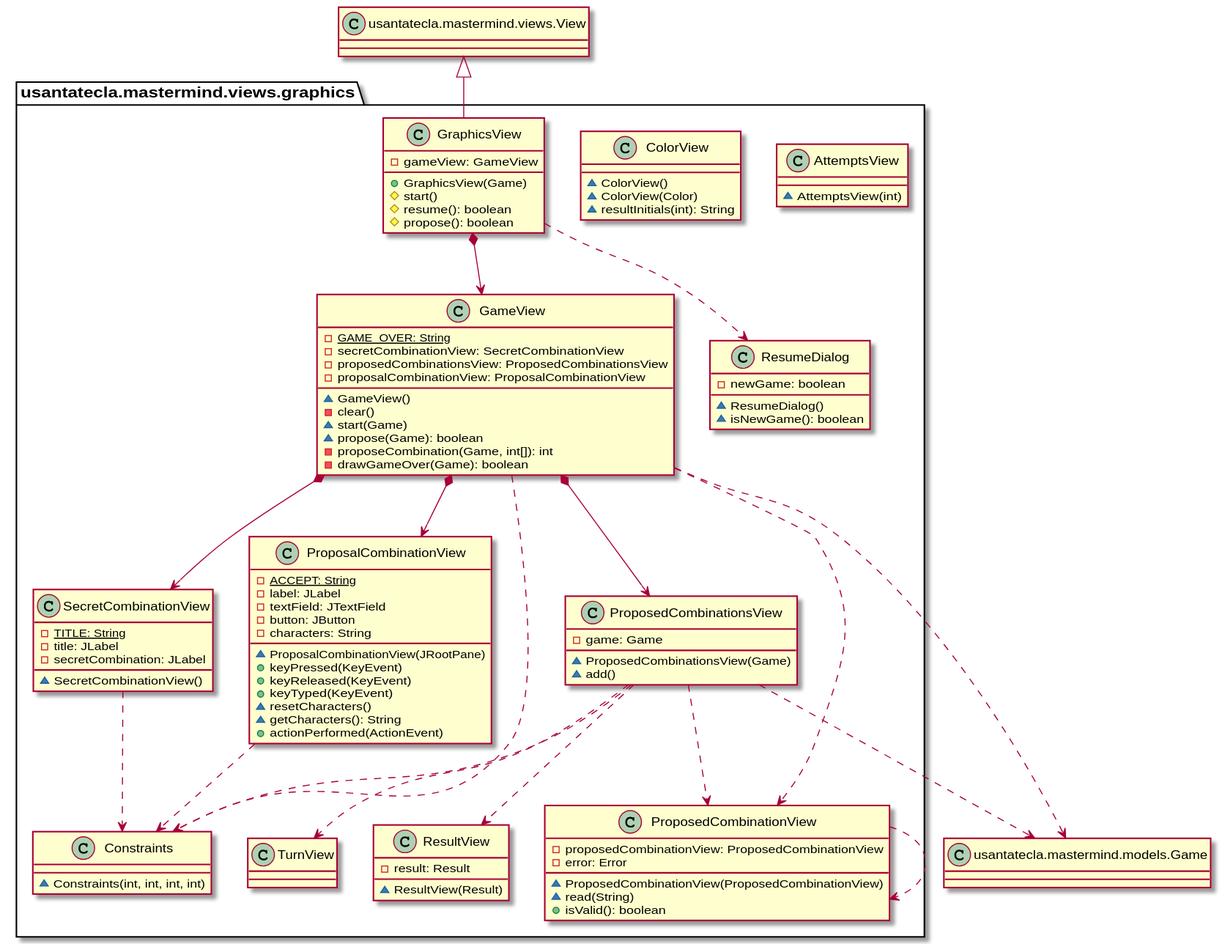
Earlier version of the PlantUML export documentView/withFactoryMethod/docs/diagrams/out/paquetes/mastermind.view.Graphics.svg (SantaTecla-mastermind/solution.java.swing.socket.sql).
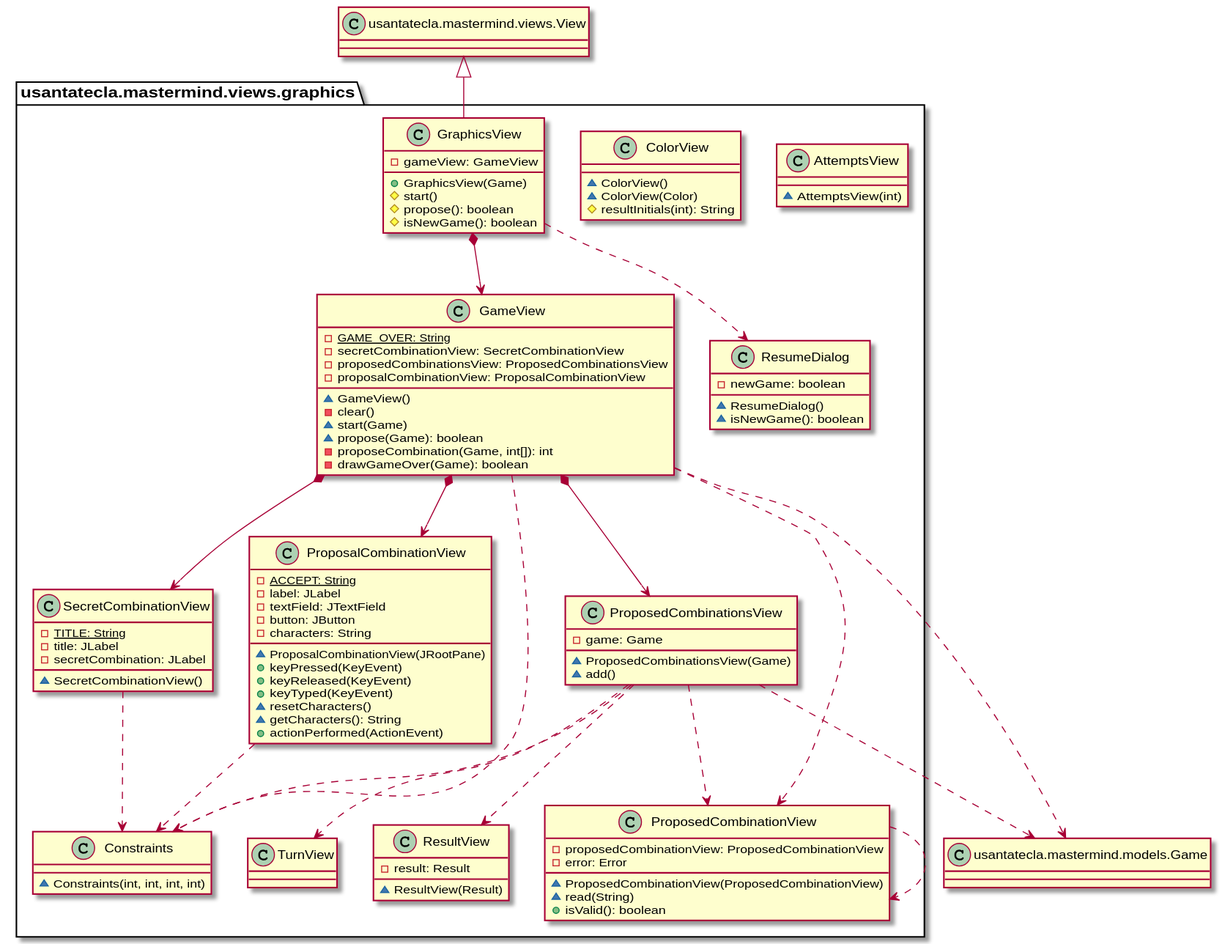
The same diagram one commit later.

The edit, as a diff of the source:
```diff
@@ -9,7 +9,7 @@
 class usantatecla.mastermind.views.graphics.ColorView{
     ~ColorView()
     ~ColorView(Color)
-    ~resultInitials(int): String
+    #resultInitials(int): String
 }
 class  usantatecla.mastermind.views.graphics.Constraints{
 ~ Constraints(int, int, int, int)
@@ -39,8 +39,8 @@
 - gameView: GameView
 + GraphicsView(Game)
 # start()
-# resume(): boolean
 # propose(): boolean
+# isNewGame(): boolean
 }
 class View as "usantatecla.mastermind.views.View"{
 
```
